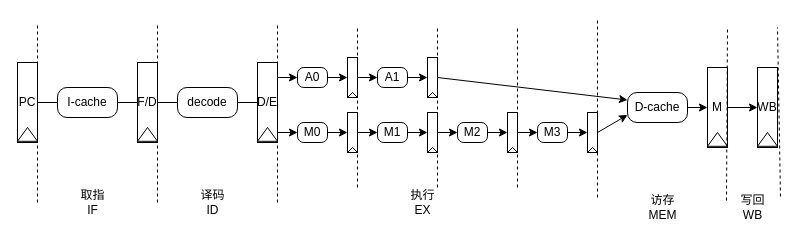
This is page "6-2" (2 of 7) of directory/流水线.drawio from lllwwwooo/draw.io, a draw.io file, before an edit. Source tidied: cells renumbered, new cells numbered last; positions are measured from the earlier drawing's top-left corner, leaving out a move shared by most shapes. Both pictures are drawn from the tidied source at 100%, with x=0, y=0 at pixel (17, 17).
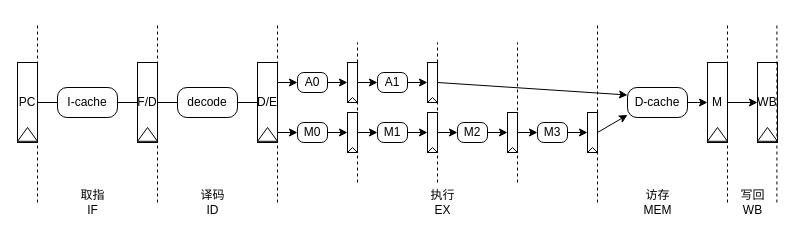
After the change.

Unchanged cells that the change refers to:
```xml
<mxCell id="2" style="group;" parent="1" vertex="1">
  <mxGeometry y="45" width="20" height="80" as="geometry" />
</mxCell>
<mxCell id="6" value="F/D" style="rounded=0;whiteSpace=wrap;html=1;" parent="5" vertex="1">
  <mxGeometry width="20" height="80" as="geometry" />
</mxCell>
<mxCell id="12" value="decode" style="rounded=1;whiteSpace=wrap;html=1;arcSize=32;" parent="1" vertex="1">
  <mxGeometry x="160" y="70" width="60" height="30" as="geometry" />
</mxCell>
<mxCell id="31" value="M0" style="rounded=1;whiteSpace=wrap;html=1;arcSize=32;" parent="1" vertex="1">
  <mxGeometry x="280" y="105" width="30" height="20" as="geometry" />
</mxCell>
<mxCell id="44" style="rounded=0;whiteSpace=wrap;html=1;" parent="43" vertex="1">
  <mxGeometry width="10" height="40" as="geometry" />
</mxCell>
<mxCell id="52" value="&lt;font&gt;M&lt;/font&gt;" style="rounded=0;whiteSpace=wrap;html=1;" parent="51" vertex="1">
  <mxGeometry width="20" height="80" as="geometry" />
</mxCell>
<mxCell id="64" value="D/E" style="rounded=0;whiteSpace=wrap;html=1;" parent="63" vertex="1">
  <mxGeometry width="20" height="80" as="geometry" />
</mxCell>
```

The edit, as a diff of the source:
```diff
@@
-    <mxCell id="4" style="triangle;whiteSpace=wrap;html=1;rotation=-90;" parent="2" vertex="1">
-      <mxGeometry x="3.1" y="61.9" width="13.8" height="20" as="geometry" />
-    </mxCell>
@@
-    <mxCell id="11" style="edgeStyle=orthogonalEdgeStyle;rounded=0;jettySize=auto;html=1;exitX=1;exitY=0.5;exitDx=0;exitDy=0;entryX=0;entryY=0.5;entryDx=0;entryDy=0;endArrow=none;startFill=0;" parent="1" edge="1" source="12" target="64">
-      <mxGeometry relative="1" as="geometry" />
+    <mxCell id="11" style="edgeStyle=orthogonalEdgeStyle;rounded=0;jettySize=auto;html=1;exitX=1;exitY=0.5;exitDx=0;exitDy=0;entryX=0;entryY=0.5;entryDx=0;entryDy=0;endArrow=none;startFill=0;" parent="1" edge="1" target="64">
+      <mxGeometry relative="1" as="geometry">
+        <mxPoint x="220" y="80" as="sourcePoint" />
+        <Array as="points">
+          <mxPoint x="220" y="85" />
+        </Array>
+      </mxGeometry>
     </mxCell>
@@
-    <mxCell id="13" style="edgeStyle=orthogonalEdgeStyle;rounded=0;jettySize=auto;html=1;exitX=1;exitY=0.5;exitDx=0;exitDy=0;entryX=0;entryY=0.5;entryDx=0;entryDy=0;endArrow=none;startFill=0;" parent="1" edge="1" source="6" target="12">
-      <mxGeometry relative="1" as="geometry" />
+    <mxCell id="13" style="edgeStyle=orthogonalEdgeStyle;rounded=0;jettySize=auto;html=1;exitX=1;exitY=0.5;exitDx=0;exitDy=0;entryX=0;entryY=0.5;entryDx=0;entryDy=0;endArrow=none;startFill=0;" parent="1" edge="1" source="6">
+      <mxGeometry relative="1" as="geometry">
+        <mxPoint x="160" y="85" as="targetPoint" />
+      </mxGeometry>
     </mxCell>
     <mxCell id="14" style="group;" parent="1" vertex="1">
-      <mxGeometry x="330" y="40" width="10" height="40" as="geometry" />
+      <mxGeometry x="330" y="45" width="10" height="40" as="geometry" />
     </mxCell>
@@
     <mxCell id="18" value="A0" style="rounded=1;whiteSpace=wrap;html=1;arcSize=32;" parent="1" vertex="1">
-      <mxGeometry x="280" y="50" width="30" height="20" as="geometry" />
+      <mxGeometry x="280" y="55" width="30" height="20" as="geometry" />
     </mxCell>
     <mxCell id="19" style="group;" parent="1" vertex="1">
-      <mxGeometry x="410" y="40" width="10" height="40" as="geometry" />
+      <mxGeometry x="410" y="45" width="10" height="40" as="geometry" />
     </mxCell>
@@
-    <mxCell id="22" style="endArrow=none;dashed=1;html=1;rounded=0;" parent="19" edge="1">
-      <mxGeometry relative="1" as="geometry">
-        <mxPoint x="10" y="130" as="sourcePoint" />
-        <mxPoint x="10" y="-30" as="targetPoint" />
-      </mxGeometry>
-    </mxCell>
+    <mxCell id="78" style="endArrow=none;dashed=1;html=1;rounded=0;" parent="19" edge="1">
+      <mxGeometry relative="1" as="geometry">
+        <mxPoint x="10" y="120" as="sourcePoint" />
+        <mxPoint x="10" y="-20" as="targetPoint" />
+      </mxGeometry>
+    </mxCell>
@@
     <mxCell id="24" value="A1" style="rounded=1;whiteSpace=wrap;html=1;arcSize=32;" parent="1" vertex="1">
-      <mxGeometry x="360" y="50" width="30" height="20" as="geometry" />
+      <mxGeometry x="360" y="55" width="30" height="20" as="geometry" />
     </mxCell>
     <mxCell id="25" style="edgeStyle=orthogonalEdgeStyle;rounded=0;jettySize=auto;html=1;exitX=1;exitY=0.5;exitDx=0;exitDy=0;entryX=0;entryY=0.5;entryDx=0;entryDy=0;" parent="1" edge="1" target="18">
       <mxGeometry relative="1" as="geometry">
-        <mxPoint x="260" y="60" as="sourcePoint" />
+        <mxPoint x="260" y="65" as="sourcePoint" />
       </mxGeometry>
     </mxCell>
@@
     <mxCell id="49" style="edgeStyle=orthogonalEdgeStyle;rounded=0;jettySize=auto;html=1;exitX=1;exitY=0.5;exitDx=0;exitDy=0;entryX=0;entryY=0.5;entryDx=0;entryDy=0;" parent="1" edge="1" target="31">
       <mxGeometry relative="1" as="geometry">
-        <mxPoint x="260" y="115" as="sourcePoint" />
+        <mxPoint x="260" y="120" as="sourcePoint" />
+        <Array as="points">
+          <mxPoint x="260" y="115" />
+        </Array>
       </mxGeometry>
     </mxCell>
@@
     <mxCell id="51" style="group;" parent="1" vertex="1">
-      <mxGeometry x="690" y="50" width="20" height="80" as="geometry" />
+      <mxGeometry x="690" y="45" width="20" height="80" as="geometry" />
     </mxCell>
@@
-    <mxCell id="54" style="endArrow=none;dashed=1;html=1;rounded=0;exitX=-0.02;exitY=0.325;exitDx=0;exitDy=0;exitPerimeter=0;" parent="51" edge="1" source="75">
-      <mxGeometry relative="1" as="geometry">
-        <mxPoint x="20" y="-40" as="targetPoint" />
-      </mxGeometry>
-    </mxCell>
@@
-    <mxCell id="56" style="rounded=0;jettySize=auto;html=1;exitX=1;exitY=0.5;exitDx=0;exitDy=0;entryX=0;entryY=0.75;entryDx=0;entryDy=0;" parent="1" edge="1" source="44" target="77">
-      <mxGeometry relative="1" as="geometry" />
+    <mxCell id="56" style="rounded=0;jettySize=auto;html=1;exitX=1;exitY=0.5;exitDx=0;exitDy=0;entryX=0;entryY=0.75;entryDx=0;entryDy=0;" parent="1" edge="1" source="44">
+      <mxGeometry relative="1" as="geometry">
+        <mxPoint x="610" y="97.5" as="targetPoint" />
+      </mxGeometry>
     </mxCell>
     <mxCell id="57" style="group;" parent="1" vertex="1">
-      <mxGeometry x="740" y="50" width="20" height="80" as="geometry" />
+      <mxGeometry x="740" y="45" width="20" height="80" as="geometry" />
     </mxCell>
@@
     <mxCell id="67" style="endArrow=none;dashed=1;html=1;rounded=0;" parent="1" edge="1">
       <mxGeometry relative="1" as="geometry">
-        <mxPoint x="340" y="170" as="sourcePoint" />
-        <mxPoint x="340" y="10" as="targetPoint" />
+        <mxPoint x="340" y="165" as="sourcePoint" />
+        <mxPoint x="340" y="25" as="targetPoint" />
       </mxGeometry>
     </mxCell>
-    <mxCell id="68" style="endArrow=none;dashed=1;html=1;rounded=0;" parent="1" edge="1">
-      <mxGeometry relative="1" as="geometry">
-        <mxPoint x="500" y="170" as="sourcePoint" />
-        <mxPoint x="500" y="10" as="targetPoint" />
-      </mxGeometry>
-    </mxCell>
     <mxCell id="69" style="endArrow=none;dashed=1;html=1;rounded=0;" parent="1" edge="1">
       <mxGeometry relative="1" as="geometry">
-        <mxPoint x="580" y="180" as="sourcePoint" />
-        <mxPoint x="580" as="targetPoint" />
+        <mxPoint x="580" y="185" as="sourcePoint" />
+        <mxPoint x="580" y="5" as="targetPoint" />
       </mxGeometry>
     </mxCell>
-    <mxCell id="70" style="endArrow=none;dashed=1;html=1;rounded=0;exitX=1.06;exitY=0.225;exitDx=0;exitDy=0;exitPerimeter=0;" parent="1" edge="1" source="75">
-      <mxGeometry relative="1" as="geometry">
-        <mxPoint x="760" y="10" as="targetPoint" />
-      </mxGeometry>
-    </mxCell>
@@
     <mxCell id="73" value="执行&lt;div&gt;EX&lt;/div&gt;" style="text;html=1;align=center;verticalAlign=middle;strokeColor=none;fillColor=none;" parent="1" vertex="1">
-      <mxGeometry x="380" y="165" width="50" height="40" as="geometry" />
+      <mxGeometry x="400" y="165" width="50" height="40" as="geometry" />
     </mxCell>
     <mxCell id="74" value="访存&lt;div&gt;MEM&lt;/div&gt;" style="text;html=1;align=center;verticalAlign=middle;strokeColor=none;fillColor=none;" parent="1" vertex="1">
-      <mxGeometry x="620" y="170" width="50" height="40" as="geometry" />
+      <mxGeometry x="615" y="165" width="50" height="40" as="geometry" />
     </mxCell>
     <mxCell id="75" value="写回&lt;div&gt;WB&lt;/div&gt;" style="text;html=1;align=center;verticalAlign=middle;points=[];strokeColor=none;fillColor=none;" parent="1" vertex="1">
-      <mxGeometry x="710" y="170" width="50" height="40" as="geometry" />
+      <mxGeometry x="710" y="165" width="50" height="40" as="geometry" />
     </mxCell>
     <mxCell id="76" style="edgeStyle=orthogonalEdgeStyle;rounded=0;jettySize=auto;html=1;exitX=1;exitY=0.5;exitDx=0;exitDy=0;entryX=0;entryY=0.5;entryDx=0;entryDy=0;" parent="1" edge="1" source="77" target="52">
-      <mxGeometry relative="1" as="geometry" />
+      <mxGeometry relative="1" as="geometry">
+        <Array as="points">
+          <mxPoint x="680" y="85" />
+          <mxPoint x="680" y="85" />
+        </Array>
+      </mxGeometry>
     </mxCell>
     <mxCell id="77" value="D-cache" style="rounded=1;whiteSpace=wrap;html=1;arcSize=32;" parent="1" vertex="1">
-      <mxGeometry x="610" y="75" width="60" height="30" as="geometry" />
+      <mxGeometry x="610" y="70" width="60" height="30" as="geometry" />
     </mxCell>
+    <mxCell id="79" style="endArrow=none;dashed=1;html=1;rounded=0;" parent="1" edge="1">
+      <mxGeometry relative="1" as="geometry">
+        <mxPoint x="500" y="165" as="sourcePoint" />
+        <mxPoint x="500" y="25" as="targetPoint" />
+      </mxGeometry>
+    </mxCell>
+    <mxCell id="4" style="triangle;whiteSpace=wrap;html=1;rotation=-90;" parent="1" vertex="1">
+      <mxGeometry x="3.1" y="106.9" width="13.8" height="20" as="geometry" />
+    </mxCell>
+    <mxCell id="80" style="endArrow=none;dashed=1;html=1;rounded=0;" parent="1" edge="1">
+      <mxGeometry relative="1" as="geometry">
+        <mxPoint x="710" y="185" as="sourcePoint" />
+        <mxPoint x="710" y="5" as="targetPoint" />
+      </mxGeometry>
+    </mxCell>
+    <mxCell id="81" style="endArrow=none;dashed=1;html=1;rounded=0;" parent="1" edge="1">
+      <mxGeometry relative="1" as="geometry">
+        <mxPoint x="759.4" y="185" as="sourcePoint" />
+        <mxPoint x="759.4" y="5" as="targetPoint" />
+      </mxGeometry>
+    </mxCell>
```
